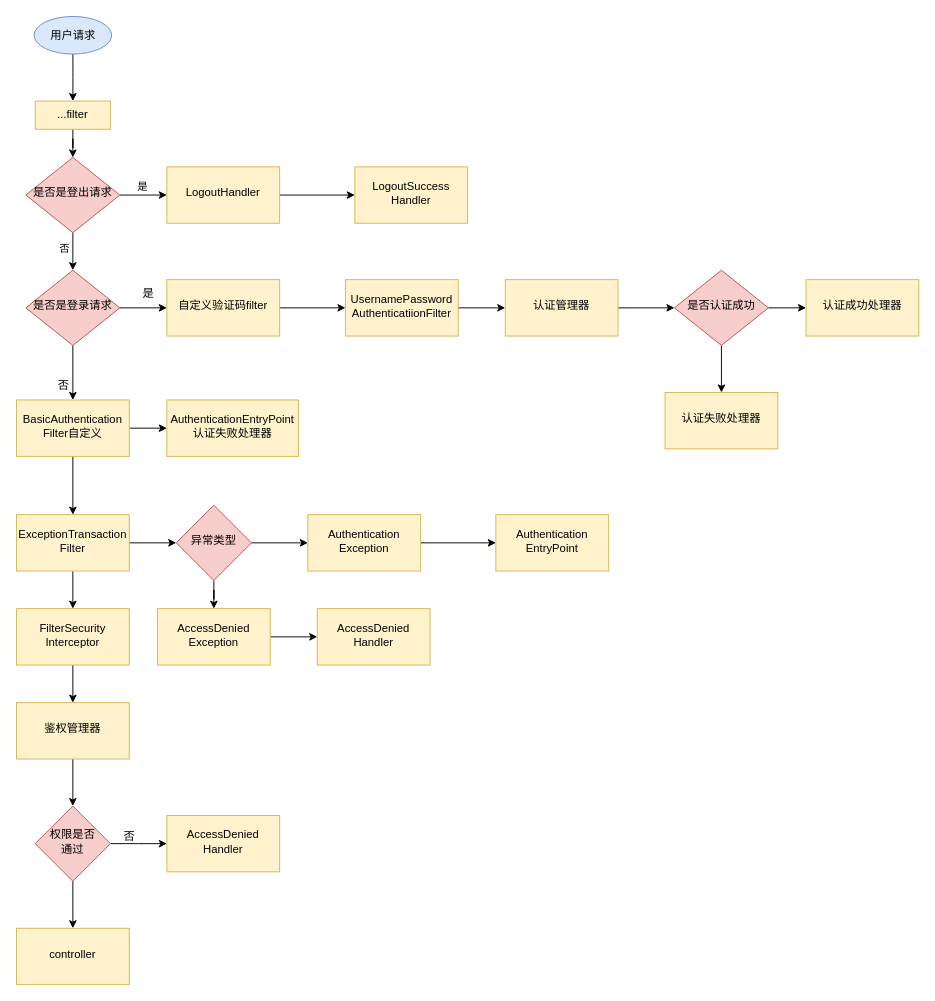
6109117174/6109117174 keeps this draw.io diagram as 未命名绘图.drawio. Above is the earlier version. Source tidied: cells renumbered, new cells numbered last; positions are measured from the earlier drawing's top-left corner, leaving out a move shared by most shapes. Both pictures are drawn from the tidied source at 94%, with x=0, y=0 at pixel (16, 16).
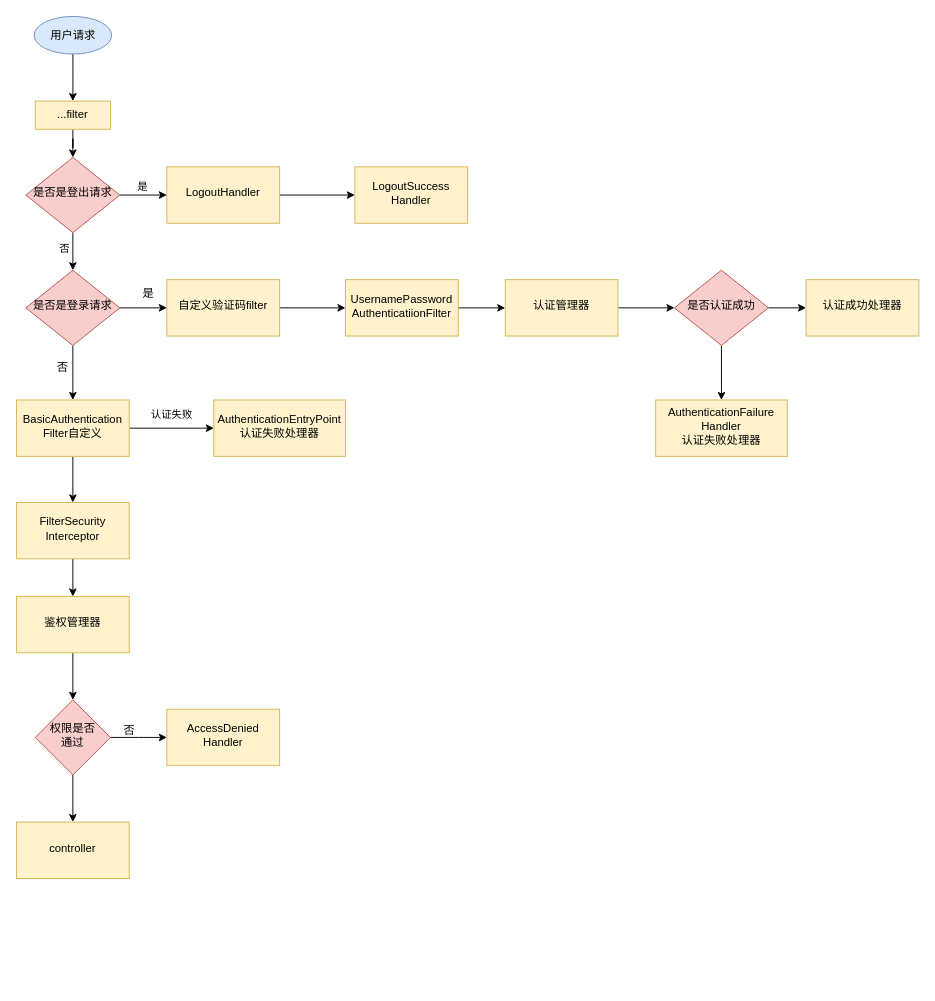
Above is the later version.

Commit message:
更新未命名绘图.drawio

The change refers to these unchanged cells:
```xml
<mxCell id="26" value="是否认证成功" style="rhombus;whiteSpace=wrap;html=1;shadow=0;fontFamily=Helvetica;fontSize=12;align=center;strokeWidth=1;spacing=6;spacingTop=-4;fillColor=#f8cecc;strokeColor=#b85450;" parent="1" vertex="1">
  <mxGeometry x="700" y="270" width="100" height="80" as="geometry" />
</mxCell>
<mxCell id="31" value="BasicAuthentication&lt;br&gt;Filter自定义" style="whiteSpace=wrap;html=1;fillColor=#fff2cc;strokeColor=#d6b656;shadow=0;strokeWidth=1;spacing=6;spacingTop=-4;" parent="1" vertex="1">
  <mxGeometry y="408" width="120" height="60" as="geometry" />
</mxCell>
```

Diff of the diagram source:
```diff
@@
-    <mxCell id="25" style="edgeStyle=orthogonalEdgeStyle;rounded=0;jettySize=auto;html=1;" parent="1" edge="1" source="26" target="28">
-      <mxGeometry relative="1" as="geometry" />
-    </mxCell>
+    <mxCell id="56" style="edgeStyle=orthogonalEdgeStyle;rounded=0;jettySize=auto;html=1;exitX=0.5;exitY=1;exitDx=0;exitDy=0;" parent="1" edge="1" source="26" target="33">
+      <mxGeometry relative="1" as="geometry" />
+    </mxCell>
@@
-    <mxCell id="28" value="认证失败处理器" style="whiteSpace=wrap;html=1;fillColor=#fff2cc;strokeColor=#d6b656;shadow=0;strokeWidth=1;spacing=6;spacingTop=-4;" parent="1" vertex="1">
-      <mxGeometry x="690" y="400" width="120" height="60" as="geometry" />
-    </mxCell>
-    <mxCell id="29" style="edgeStyle=orthogonalEdgeStyle;rounded=0;jettySize=auto;html=1;" parent="1" edge="1" source="31" target="33">
-      <mxGeometry relative="1" as="geometry" />
-    </mxCell>
-    <mxCell id="30" style="edgeStyle=orthogonalEdgeStyle;rounded=0;jettySize=auto;html=1;" parent="1" edge="1" source="31" target="36">
-      <mxGeometry relative="1" as="geometry" />
-    </mxCell>
+    <mxCell id="57" style="edgeStyle=orthogonalEdgeStyle;rounded=0;jettySize=auto;html=1;exitX=1;exitY=0.5;exitDx=0;exitDy=0;entryX=0;entryY=0.5;entryDx=0;entryDy=0;" parent="1" edge="1" source="31" target="60">
+      <mxGeometry relative="1" as="geometry" />
+    </mxCell>
+    <mxCell id="58" value="认证失败" style="edgeLabel;html=1;align=center;verticalAlign=middle;" parent="57" vertex="1">
+      <mxGeometry x="-0.09" y="2" relative="1" as="geometry">
+        <mxPoint x="3" y="-13" as="offset" />
+      </mxGeometry>
+    </mxCell>
+    <mxCell id="59" style="edgeStyle=orthogonalEdgeStyle;rounded=0;jettySize=auto;html=1;exitX=0.5;exitY=1;exitDx=0;exitDy=0;" parent="1" edge="1" source="31" target="47">
+      <mxGeometry relative="1" as="geometry" />
+    </mxCell>
@@
     <mxCell id="32" value="否" style="text;html=1;align=center;verticalAlign=middle;strokeColor=none;fillColor=none;" parent="1" vertex="1">
-      <mxGeometry x="30" y="378" width="40" height="30" as="geometry" />
+      <mxGeometry x="29" y="359" width="40" height="30" as="geometry" />
     </mxCell>
-    <mxCell id="33" value="AuthenticationEntryPoint&lt;br&gt;认证失败处理器" style="whiteSpace=wrap;html=1;fillColor=#fff2cc;strokeColor=#d6b656;shadow=0;strokeWidth=1;spacing=6;spacingTop=-4;" parent="1" vertex="1">
-      <mxGeometry x="160" y="408" width="140" height="60" as="geometry" />
+    <mxCell id="33" value="AuthenticationFailure&lt;br&gt;Handler&lt;br&gt;认证失败处理器" style="whiteSpace=wrap;html=1;fillColor=#fff2cc;strokeColor=#d6b656;shadow=0;strokeWidth=1;spacing=6;spacingTop=-4;" parent="1" vertex="1">
+      <mxGeometry x="680" y="408" width="140" height="60" as="geometry" />
     </mxCell>
-    <mxCell id="34" style="edgeStyle=orthogonalEdgeStyle;rounded=0;jettySize=auto;html=1;" parent="1" edge="1" source="36" target="39">
-      <mxGeometry relative="1" as="geometry" />
-    </mxCell>
-    <mxCell id="35" style="edgeStyle=orthogonalEdgeStyle;rounded=0;jettySize=auto;html=1;" parent="1" edge="1" source="36" target="47">
-      <mxGeometry relative="1" as="geometry" />
-    </mxCell>
-    <mxCell id="36" value="ExceptionTransaction&lt;br&gt;Filter" style="whiteSpace=wrap;html=1;fillColor=#fff2cc;strokeColor=#d6b656;shadow=0;strokeWidth=1;spacing=6;spacingTop=-4;" parent="1" vertex="1">
-      <mxGeometry y="530" width="120" height="60" as="geometry" />
-    </mxCell>
-    <mxCell id="37" style="edgeStyle=orthogonalEdgeStyle;rounded=0;jettySize=auto;html=1;" parent="1" edge="1" source="39" target="41">
-      <mxGeometry relative="1" as="geometry" />
-    </mxCell>
-    <mxCell id="38" style="edgeStyle=orthogonalEdgeStyle;rounded=0;jettySize=auto;html=1;" parent="1" edge="1" source="39" target="43">
-      <mxGeometry relative="1" as="geometry" />
-    </mxCell>
-    <mxCell id="39" value="异常类型" style="rhombus;whiteSpace=wrap;html=1;fillColor=#f8cecc;strokeColor=#b85450;shadow=0;strokeWidth=1;spacing=6;spacingTop=-4;" parent="1" vertex="1">
-      <mxGeometry x="170" y="520" width="80" height="80" as="geometry" />
-    </mxCell>
-    <mxCell id="40" style="edgeStyle=orthogonalEdgeStyle;rounded=0;jettySize=auto;html=1;" parent="1" edge="1" source="41" target="45">
-      <mxGeometry relative="1" as="geometry" />
-    </mxCell>
-    <mxCell id="41" value="Authentication&lt;br&gt;Exception" style="whiteSpace=wrap;html=1;fillColor=#fff2cc;strokeColor=#d6b656;shadow=0;strokeWidth=1;spacing=6;spacingTop=-4;" parent="1" vertex="1">
-      <mxGeometry x="310" y="530" width="120" height="60" as="geometry" />
-    </mxCell>
-    <mxCell id="42" style="edgeStyle=orthogonalEdgeStyle;rounded=0;jettySize=auto;html=1;" parent="1" edge="1" source="43" target="44">
-      <mxGeometry relative="1" as="geometry" />
-    </mxCell>
-    <mxCell id="43" value="AccessDenied&lt;br&gt;Exception" style="whiteSpace=wrap;html=1;fillColor=#fff2cc;strokeColor=#d6b656;shadow=0;strokeWidth=1;spacing=6;spacingTop=-4;" parent="1" vertex="1">
-      <mxGeometry x="150" y="630" width="120" height="60" as="geometry" />
-    </mxCell>
-    <mxCell id="44" value="AccessDenied&lt;br&gt;Handler" style="whiteSpace=wrap;html=1;fillColor=#fff2cc;strokeColor=#d6b656;shadow=0;strokeWidth=1;spacing=6;spacingTop=-4;" parent="1" vertex="1">
-      <mxGeometry x="320" y="630" width="120" height="60" as="geometry" />
-    </mxCell>
-    <mxCell id="45" value="Authentication&lt;br&gt;EntryPoint" style="whiteSpace=wrap;html=1;fillColor=#fff2cc;strokeColor=#d6b656;shadow=0;strokeWidth=1;spacing=6;spacingTop=-4;" parent="1" vertex="1">
-      <mxGeometry x="510" y="530" width="120" height="60" as="geometry" />
-    </mxCell>
@@
     <mxCell id="47" value="FilterSecurity&lt;br&gt;Interceptor" style="whiteSpace=wrap;html=1;fillColor=#fff2cc;strokeColor=#d6b656;shadow=0;strokeWidth=1;spacing=6;spacingTop=-4;" parent="1" vertex="1">
-      <mxGeometry y="630" width="120" height="60" as="geometry" />
+      <mxGeometry y="517" width="120" height="60" as="geometry" />
     </mxCell>
@@
     <mxCell id="49" value="鉴权管理器" style="whiteSpace=wrap;html=1;fillColor=#fff2cc;strokeColor=#d6b656;shadow=0;strokeWidth=1;spacing=6;spacingTop=-4;" parent="1" vertex="1">
-      <mxGeometry y="730" width="120" height="60" as="geometry" />
+      <mxGeometry y="617" width="120" height="60" as="geometry" />
     </mxCell>
     <mxCell id="50" style="edgeStyle=orthogonalEdgeStyle;rounded=0;jettySize=auto;html=1;" parent="1" edge="1" source="52">
       <mxGeometry relative="1" as="geometry">
-        <mxPoint x="160" y="880" as="targetPoint" />
+        <mxPoint x="160" y="767" as="targetPoint" />
       </mxGeometry>
     </mxCell>
@@
     <mxCell id="52" value="权限是否&lt;br&gt;通过" style="rhombus;whiteSpace=wrap;html=1;fillColor=#f8cecc;strokeColor=#b85450;shadow=0;strokeWidth=1;spacing=6;spacingTop=-4;" parent="1" vertex="1">
-      <mxGeometry x="20" y="840" width="80" height="80" as="geometry" />
+      <mxGeometry x="20" y="727" width="80" height="80" as="geometry" />
     </mxCell>
     <mxCell id="53" value="否" style="text;html=1;align=center;verticalAlign=middle;strokeColor=none;fillColor=none;" parent="1" vertex="1">
-      <mxGeometry x="100" y="858" width="40" height="30" as="geometry" />
+      <mxGeometry x="100" y="745" width="40" height="30" as="geometry" />
     </mxCell>
     <mxCell id="54" value="AccessDenied&lt;br&gt;Handler" style="whiteSpace=wrap;html=1;fillColor=#fff2cc;strokeColor=#d6b656;shadow=0;strokeWidth=1;spacing=6;spacingTop=-4;" parent="1" vertex="1">
-      <mxGeometry x="160" y="850" width="120" height="60" as="geometry" />
+      <mxGeometry x="160" y="737" width="120" height="60" as="geometry" />
     </mxCell>
     <mxCell id="55" value="controller" style="whiteSpace=wrap;html=1;fillColor=#fff2cc;strokeColor=#d6b656;shadow=0;strokeWidth=1;spacing=6;spacingTop=-4;" parent="1" vertex="1">
-      <mxGeometry y="970" width="120" height="60" as="geometry" />
+      <mxGeometry y="857" width="120" height="60" as="geometry" />
     </mxCell>
+    <mxCell id="60" value="AuthenticationEntryPoint&lt;br&gt;认证失败处理器" style="whiteSpace=wrap;html=1;fillColor=#fff2cc;strokeColor=#d6b656;shadow=0;strokeWidth=1;spacing=6;spacingTop=-4;" parent="1" vertex="1">
+      <mxGeometry x="210" y="408" width="140" height="60" as="geometry" />
+    </mxCell>
```
